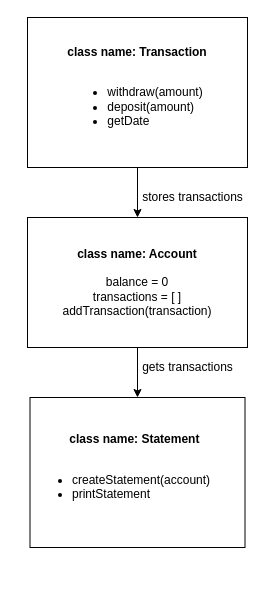
Above: bank_tech_test_javascript/design.drawio in HOOLAHAN/tech_tests (draw.io), before the change. Source tidied: cells renumbered, new cells numbered last; positions are measured from the earlier drawing's top-left corner, leaving out a move shared by most shapes. Both pictures are drawn from the tidied source at 100%, with x=0, y=0 at pixel (27, 17).
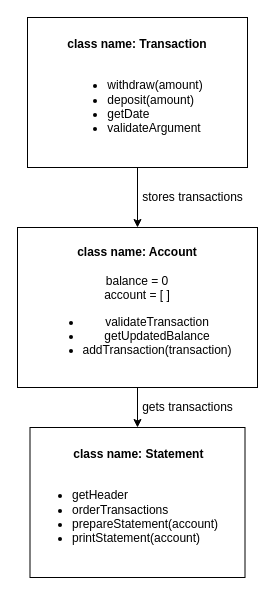
Above is the later version.

The edit, as a diff of the source:
```diff
@@
 <mxGraphModel>
   <root>
     <mxCell id="0" />
     <mxCell id="1" parent="0" />
     <mxCell id="2" style="edgeStyle=none;html=1;exitX=0.5;exitY=1;exitDx=0;exitDy=0;entryX=0.5;entryY=0;entryDx=0;entryDy=0;" parent="1" edge="1" source="3" target="5">
       <mxGeometry relative="1" as="geometry" />
     </mxCell>
-    <mxCell id="3" value="&lt;div style=&quot;text-align: left&quot;&gt;&lt;span&gt;&lt;b&gt;class name: Transaction&lt;/b&gt;&lt;/span&gt;&lt;/div&gt;&lt;br&gt;&lt;div style=&quot;text-align: left&quot;&gt;&lt;ul&gt;&lt;li&gt;&lt;span&gt;withdraw(amount)&lt;/span&gt;&lt;/li&gt;&lt;li&gt;&lt;span&gt;deposit(amount)&lt;/span&gt;&lt;/li&gt;&lt;li&gt;getDate&lt;/li&gt;&lt;/ul&gt;&lt;/div&gt;" style="whiteSpace=wrap;html=1;" parent="1" vertex="1">
+    <mxCell id="3" value="&lt;div style=&quot;text-align: left&quot;&gt;&lt;span&gt;&lt;b&gt;class name: Transaction&lt;/b&gt;&lt;/span&gt;&lt;/div&gt;&lt;br&gt;&lt;div style=&quot;text-align: left&quot;&gt;&lt;ul&gt;&lt;li&gt;&lt;span&gt;withdraw(amount)&lt;/span&gt;&lt;/li&gt;&lt;li&gt;&lt;span&gt;deposit(amount)&lt;/span&gt;&lt;/li&gt;&lt;li&gt;getDate&lt;/li&gt;&lt;li&gt;validateArgument&lt;/li&gt;&lt;/ul&gt;&lt;/div&gt;" style="whiteSpace=wrap;html=1;" parent="1" vertex="1">
       <mxGeometry width="220" height="150" as="geometry" />
     </mxCell>
     <mxCell id="4" style="edgeStyle=none;html=1;exitX=0.5;exitY=1;exitDx=0;exitDy=0;entryX=0.5;entryY=0;entryDx=0;entryDy=0;" parent="1" edge="1" source="5" target="6">
       <mxGeometry relative="1" as="geometry" />
     </mxCell>
-    <mxCell id="5" value="&lt;b&gt;class name: Account&lt;br&gt;&lt;/b&gt;&lt;br&gt;balance = 0&lt;br&gt;transactions = [ ]&lt;br&gt;addTransaction(transaction)" style="whiteSpace=wrap;html=1;" parent="1" vertex="1">
-      <mxGeometry y="200" width="220" height="130" as="geometry" />
+    <mxCell id="5" value="&lt;b&gt;class name: Account&lt;br&gt;&lt;/b&gt;&lt;br&gt;balance = 0&lt;br&gt;account = [ ]&lt;br&gt;&lt;ul&gt;&lt;li&gt;validateTransaction&lt;/li&gt;&lt;li&gt;getUpdatedBalance&lt;/li&gt;&lt;li&gt;addTransaction(transaction)&lt;/li&gt;&lt;/ul&gt;" style="whiteSpace=wrap;html=1;" parent="1" vertex="1">
+      <mxGeometry x="-10" y="210" width="240" height="160" as="geometry" />
     </mxCell>
-    <mxCell id="6" value="&lt;div style=&quot;text-align: center&quot;&gt;&lt;b&gt;&lt;span style=&quot;white-space: pre&quot;&gt;&#9;&lt;/span&gt;class name: Statement&lt;/b&gt;&lt;/div&gt;&lt;div style=&quot;text-align: center&quot;&gt;&lt;br&gt;&lt;/div&gt;&lt;ul&gt;&lt;li&gt;createStatement(account)&lt;/li&gt;&lt;li&gt;printStatement&lt;/li&gt;&lt;/ul&gt;" style="whiteSpace=wrap;html=1;align=left;" parent="1" vertex="1">
-      <mxGeometry x="2.5" y="380" width="215" height="150" as="geometry" />
+    <mxCell id="6" value="&lt;div style=&quot;text-align: center&quot;&gt;&lt;b&gt;&lt;span style=&quot;white-space: pre&quot;&gt;&#9;&lt;/span&gt;class name: Statement&lt;/b&gt;&lt;/div&gt;&lt;div style=&quot;text-align: center&quot;&gt;&lt;br&gt;&lt;/div&gt;&lt;ul&gt;&lt;li&gt;getHeader&lt;/li&gt;&lt;li&gt;orderTransactions&lt;/li&gt;&lt;li&gt;prepareStatement(account)&lt;/li&gt;&lt;li&gt;printStatement(account)&lt;/li&gt;&lt;/ul&gt;" style="whiteSpace=wrap;html=1;align=left;" parent="1" vertex="1">
+      <mxGeometry x="2.5" y="410" width="215" height="150" as="geometry" />
     </mxCell>
     <mxCell id="7" value="stores transactions" style="text;html=1;align=center;verticalAlign=middle;strokeColor=none;fillColor=none;" parent="1" vertex="1">
       <mxGeometry x="105" y="170" width="120" height="20" as="geometry" />
     </mxCell>
     <mxCell id="8" value="gets transactions" style="text;html=1;align=center;verticalAlign=middle;strokeColor=none;fillColor=none;" parent="1" vertex="1">
-      <mxGeometry x="105" y="340" width="110" height="20" as="geometry" />
+      <mxGeometry x="105" y="380" width="110" height="20" as="geometry" />
     </mxCell>
   </root>
 </mxGraphModel>
```
